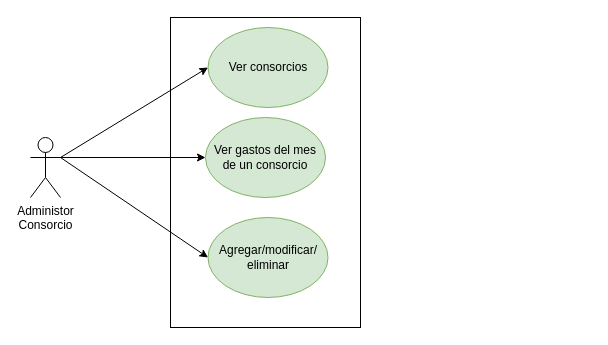
The draw.io diagram united-consortium-doc/Untitled Diagram.drawio in fbritez/consorcio-unido, before the edit. Source tidied: cells renumbered, new cells numbered last; positions are measured from the earlier drawing's top-left corner, leaving out a move shared by most shapes. Both pictures are drawn from the tidied source at 100%, with x=0, y=0 at pixel (30, 17).
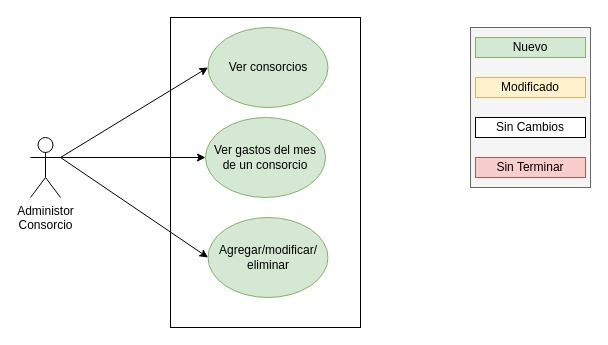
The same page after the edit.

Commit message:
addd color explication

What changed in the source:
```diff
@@
 <mxGraphModel>
   <root>
     <mxCell id="0" />
     <mxCell id="1" parent="0" />
     <mxCell id="2" style="rounded=0;whiteSpace=wrap;html=1;" parent="1" vertex="1">
       <mxGeometry x="140" width="190" height="310" as="geometry" />
     </mxCell>
     <mxCell id="3" value="Administor&lt;br&gt;Consorcio" style="shape=umlActor;verticalLabelPosition=bottom;verticalAlign=top;html=1;outlineConnect=0;" parent="1" vertex="1">
       <mxGeometry y="120" width="30" height="60" as="geometry" />
     </mxCell>
     <mxCell id="4" value="Ver consorcios" style="ellipse;whiteSpace=wrap;html=1;fillColor=#d5e8d4;strokeColor=#82b366;" parent="1" vertex="1">
       <mxGeometry x="177.5" y="10" width="120" height="80" as="geometry" />
     </mxCell>
     <mxCell id="5" style="endArrow=classic;html=1;entryX=0;entryY=0.5;entryDx=0;entryDy=0;exitX=1;exitY=0.3333333333333333;exitDx=0;exitDy=0;exitPerimeter=0;" parent="1" edge="1" source="3" target="4">
       <mxGeometry relative="1" as="geometry" />
     </mxCell>
     <mxCell id="6" value="Ver gastos del mes&lt;br&gt;de un consorcio" style="ellipse;whiteSpace=wrap;html=1;fillColor=#d5e8d4;strokeColor=#82b366;" parent="1" vertex="1">
       <mxGeometry x="175" y="100" width="120" height="80" as="geometry" />
     </mxCell>
     <mxCell id="7" style="endArrow=classic;html=1;entryX=0;entryY=0.5;entryDx=0;entryDy=0;" parent="1" edge="1" target="6">
       <mxGeometry relative="1" as="geometry">
         <mxPoint x="30" y="140" as="sourcePoint" />
       </mxGeometry>
     </mxCell>
     <mxCell id="8" value="Agregar/modificar/&lt;br&gt;eliminar" style="ellipse;whiteSpace=wrap;html=1;fillColor=#d5e8d4;strokeColor=#82b366;" parent="1" vertex="1">
       <mxGeometry x="177.5" y="200" width="120" height="80" as="geometry" />
     </mxCell>
     <mxCell id="9" style="endArrow=classic;html=1;entryX=0;entryY=0.5;entryDx=0;entryDy=0;exitX=1;exitY=0.3333333333333333;exitDx=0;exitDy=0;exitPerimeter=0;" parent="1" edge="1" source="3" target="8">
       <mxGeometry relative="1" as="geometry" />
     </mxCell>
+    <mxCell id="10" style="rounded=0;whiteSpace=wrap;html=1;fillColor=#f5f5f5;strokeColor=#666666;fontColor=#333333;" parent="1" vertex="1">
+      <mxGeometry x="440" y="10" width="120" height="160" as="geometry" />
+    </mxCell>
+    <mxCell id="11" value="Nuevo" style="rounded=0;whiteSpace=wrap;html=1;fillColor=#d5e8d4;strokeColor=#82b366;" parent="1" vertex="1">
+      <mxGeometry x="445" y="20" width="110" height="20" as="geometry" />
+    </mxCell>
+    <mxCell id="12" value="Modificado" style="rounded=0;whiteSpace=wrap;html=1;fillColor=#fff2cc;strokeColor=#d6b656;" parent="1" vertex="1">
+      <mxGeometry x="445" y="60" width="110" height="20" as="geometry" />
+    </mxCell>
+    <mxCell id="13" value="Sin Cambios" style="rounded=0;whiteSpace=wrap;html=1;" parent="1" vertex="1">
+      <mxGeometry x="445" y="100" width="110" height="20" as="geometry" />
+    </mxCell>
+    <mxCell id="14" value="Sin Terminar" style="rounded=0;whiteSpace=wrap;html=1;fillColor=#f8cecc;strokeColor=#b85450;" parent="1" vertex="1">
+      <mxGeometry x="445" y="140" width="110" height="20" as="geometry" />
+    </mxCell>
   </root>
 </mxGraphModel>
```
